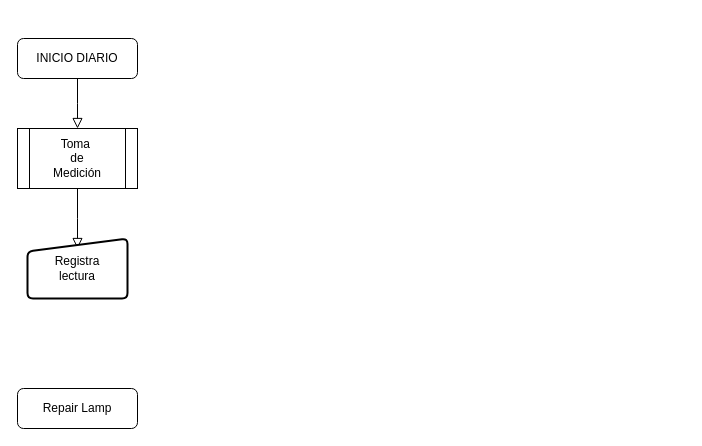
Above: page "INICIO JORNADA" (1 of 2) of Control de inicio Jornada.drawio in juepae/ArkRetContab (draw.io), before the change. Source tidied: cells renumbered, new cells numbered last; positions are measured from the earlier drawing's top-left corner, leaving out a move shared by most shapes. Both pictures are drawn from the tidied source at 100%, with x=0, y=0 at pixel (17, 38).
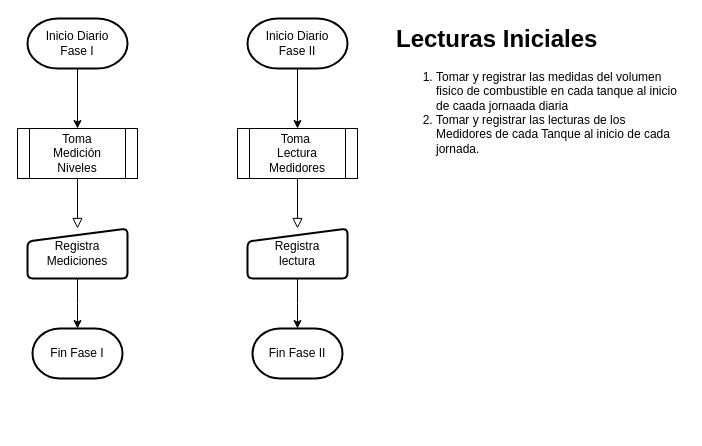
The same diagram, later.

Change to the diagram source:
```diff
@@
 <mxGraphModel>
   <root>
     <mxCell id="0" />
     <mxCell id="1" parent="0" />
-    <mxCell id="2" style="rounded=0;html=1;jettySize=auto;fontSize=11;endArrow=block;endFill=0;endSize=8;strokeWidth=1;shadow=0;labelBackgroundColor=none;edgeStyle=orthogonalEdgeStyle;" parent="1" edge="1" source="3">
-      <mxGeometry relative="1" as="geometry">
-        <mxPoint x="60" y="90" as="targetPoint" />
-      </mxGeometry>
-    </mxCell>
-    <mxCell id="3" value="INICIO DIARIO" style="rounded=1;whiteSpace=wrap;html=1;fontSize=12;glass=0;strokeWidth=1;shadow=0;" parent="1" vertex="1">
-      <mxGeometry width="120" height="40" as="geometry" />
-    </mxCell>
-    <mxCell id="4" style="rounded=0;html=1;jettySize=auto;fontSize=11;endArrow=block;endFill=0;endSize=8;strokeWidth=1;shadow=0;labelBackgroundColor=none;edgeStyle=orthogonalEdgeStyle;exitX=0.5;exitY=1;exitDx=0;exitDy=0;" parent="1" edge="1" source="6">
-      <mxGeometry y="20" relative="1" as="geometry">
-        <mxPoint x="60" y="210" as="targetPoint" />
-      </mxGeometry>
+    <mxCell id="4" style="rounded=0;html=1;jettySize=auto;fontSize=11;endArrow=block;endFill=0;endSize=8;strokeWidth=1;shadow=0;labelBackgroundColor=none;edgeStyle=orthogonalEdgeStyle;exitX=0.5;exitY=1;exitDx=0;exitDy=0;" parent="1" edge="1" source="6" target="7">
+      <mxGeometry y="20" relative="1" as="geometry" />
     </mxCell>
-    <mxCell id="5" value="Repair Lamp" style="rounded=1;whiteSpace=wrap;html=1;fontSize=12;glass=0;strokeWidth=1;shadow=0;" parent="1" vertex="1">
-      <mxGeometry y="350" width="120" height="40" as="geometry" />
-    </mxCell>
-    <mxCell id="6" value="&lt;div&gt;Toma&amp;nbsp;&lt;/div&gt;&lt;div&gt;de&lt;/div&gt;&lt;div&gt;Medición&lt;br&gt; &lt;/div&gt;" style="shape=process;whiteSpace=wrap;html=1;backgroundOutline=1;" parent="1" vertex="1">
-      <mxGeometry y="90" width="120" height="60" as="geometry" />
+    <mxCell id="6" value="&lt;div&gt;Toma &lt;br&gt;&lt;/div&gt;&lt;div&gt;Medición&lt;/div&gt;&lt;div&gt;Niveles&lt;br&gt; &lt;/div&gt;" style="shape=process;whiteSpace=wrap;html=1;backgroundOutline=1;" parent="1" vertex="1">
+      <mxGeometry y="90" width="120" height="50" as="geometry" />
     </mxCell>
+    <mxCell id="8" style="edgeStyle=orthogonalEdgeStyle;rounded=0;jettySize=auto;html=1;" parent="1" edge="1" source="7">
+      <mxGeometry relative="1" as="geometry">
+        <mxPoint x="60" y="290" as="targetPoint" />
+      </mxGeometry>
+    </mxCell>
-    <mxCell id="7" value="&lt;div&gt;Registra&lt;/div&gt;&lt;div&gt;lectura&lt;br&gt;&lt;/div&gt;" style="html=1;strokeWidth=2;shape=manualInput;whiteSpace=wrap;rounded=1;size=13;arcSize=11;" parent="1" vertex="1">
-      <mxGeometry x="10" y="200" width="100" height="60" as="geometry" />
+    <mxCell id="7" value="&lt;div&gt;Registra&lt;/div&gt;&lt;div&gt;Mediciones&lt;br&gt;&lt;/div&gt;" style="html=1;strokeWidth=2;shape=manualInput;whiteSpace=wrap;rounded=1;size=13;arcSize=11;" parent="1" vertex="1">
+      <mxGeometry x="10" y="190" width="100" height="50" as="geometry" />
     </mxCell>
+    <mxCell id="9" value="Fin Fase I" style="strokeWidth=2;html=1;shape=mxgraph.flowchart.terminator;whiteSpace=wrap;" parent="1" vertex="1">
+      <mxGeometry x="15" y="290" width="90" height="50" as="geometry" />
+    </mxCell>
+    <mxCell id="10" style="edgeStyle=orthogonalEdgeStyle;rounded=0;jettySize=auto;html=1;" parent="1" edge="1" source="11" target="6">
+      <mxGeometry relative="1" as="geometry" />
+    </mxCell>
+    <mxCell id="11" value="&lt;div&gt;Inicio Diario&lt;/div&gt;&lt;div&gt;Fase I&lt;br&gt;&lt;/div&gt;" style="strokeWidth=2;html=1;shape=mxgraph.flowchart.terminator;whiteSpace=wrap;" parent="1" vertex="1">
+      <mxGeometry x="10" y="-20" width="100" height="50" as="geometry" />
+    </mxCell>
+    <mxCell id="12" style="rounded=0;html=1;jettySize=auto;fontSize=11;endArrow=block;endFill=0;endSize=8;strokeWidth=1;shadow=0;labelBackgroundColor=none;edgeStyle=orthogonalEdgeStyle;exitX=0.5;exitY=1;exitDx=0;exitDy=0;" parent="1" edge="1" source="13" target="15">
+      <mxGeometry y="20" relative="1" as="geometry" />
+    </mxCell>
+    <mxCell id="13" value="&lt;div&gt;Toma&amp;nbsp;&lt;/div&gt;&lt;div&gt;Lectura&lt;br&gt;&lt;/div&gt;&lt;div&gt;Medidores&lt;br&gt; &lt;/div&gt;" style="shape=process;whiteSpace=wrap;html=1;backgroundOutline=1;" parent="1" vertex="1">
+      <mxGeometry x="220" y="90" width="120" height="50" as="geometry" />
+    </mxCell>
+    <mxCell id="14" style="edgeStyle=orthogonalEdgeStyle;rounded=0;jettySize=auto;html=1;" parent="1" edge="1" source="15">
+      <mxGeometry relative="1" as="geometry">
+        <mxPoint x="280" y="290" as="targetPoint" />
+      </mxGeometry>
+    </mxCell>
+    <mxCell id="15" value="&lt;div&gt;Registra&lt;/div&gt;&lt;div&gt;lectura&lt;br&gt;&lt;/div&gt;" style="html=1;strokeWidth=2;shape=manualInput;whiteSpace=wrap;rounded=1;size=13;arcSize=11;" parent="1" vertex="1">
+      <mxGeometry x="230" y="190" width="100" height="50" as="geometry" />
+    </mxCell>
+    <mxCell id="16" value="Fin Fase II" style="strokeWidth=2;html=1;shape=mxgraph.flowchart.terminator;whiteSpace=wrap;" parent="1" vertex="1">
+      <mxGeometry x="235" y="290" width="90" height="50" as="geometry" />
+    </mxCell>
+    <mxCell id="17" style="edgeStyle=orthogonalEdgeStyle;rounded=0;jettySize=auto;html=1;" parent="1" edge="1" source="18" target="13">
+      <mxGeometry relative="1" as="geometry" />
+    </mxCell>
+    <mxCell id="18" value="&lt;div&gt;Inicio Diario&lt;/div&gt;&lt;div&gt;Fase II&lt;br&gt;&lt;/div&gt;" style="strokeWidth=2;html=1;shape=mxgraph.flowchart.terminator;whiteSpace=wrap;" parent="1" vertex="1">
+      <mxGeometry x="230" y="-20" width="100" height="50" as="geometry" />
+    </mxCell>
+    <mxCell id="19" value="&lt;h1 style=&quot;margin-top: 0px;&quot;&gt;Lecturas Iniciales&lt;br&gt;&lt;/h1&gt;&lt;ol&gt;&lt;li&gt;Tomar y registrar las medidas del volumen fisico de combustible en cada tanque al inicio de caada jornaada diaria&lt;/li&gt;&lt;li&gt;Tomar y registrar las lecturas de los Medidores de cada Tanque al inicio de cada jornada.&lt;/li&gt;&lt;/ol&gt;" style="text;html=1;whiteSpace=wrap;overflow=hidden;rounded=0;" parent="1" vertex="1">
+      <mxGeometry x="377" y="-20" width="290" height="150" as="geometry" />
+    </mxCell>
   </root>
 </mxGraphModel>
```
